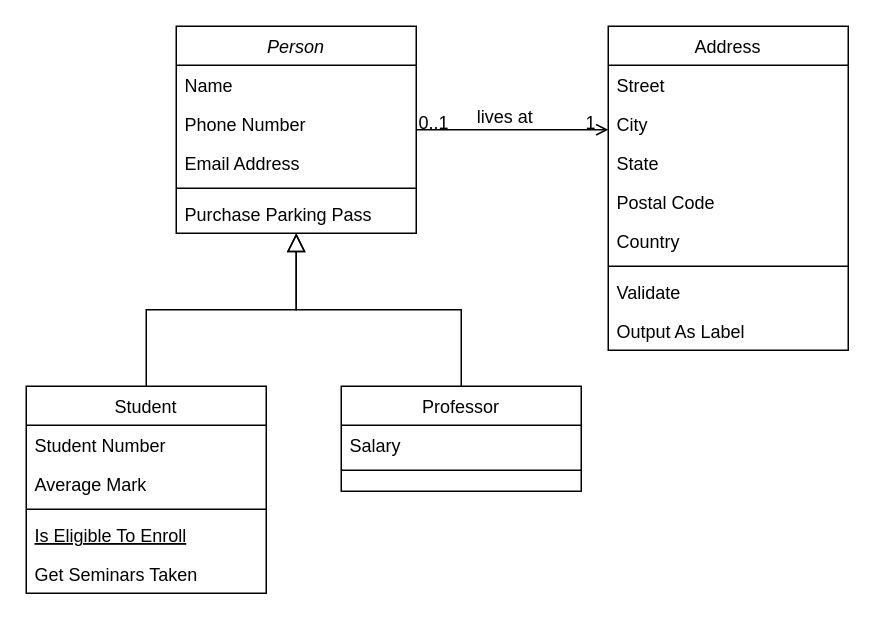
Above: Untitled Diagram.drawio in UsuaOSilver/CSCI430 (draw.io), before the change. Source tidied: cells renumbered, new cells numbered last; positions are measured from the earlier drawing's top-left corner, leaving out a move shared by most shapes. Both pictures are drawn from the tidied source at 150%, with x=0, y=0 at pixel (26, 26).
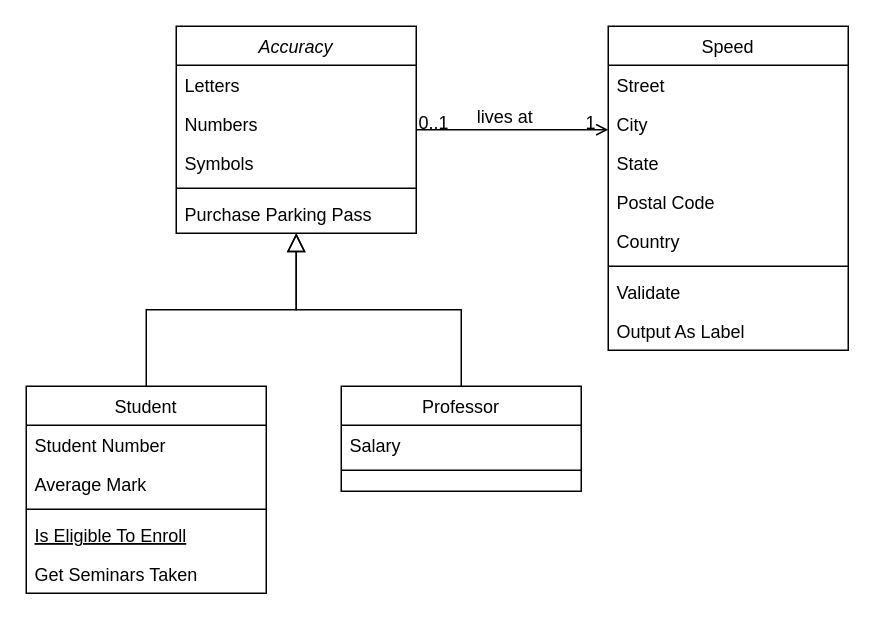
The same page after the edit.

Diff of the diagram source:
```diff
@@
-    <mxCell id="2" value="Person" style="swimlane;fontStyle=2;align=center;verticalAlign=top;horizontal=1;startSize=26;rounded=0;shadow=0;strokeWidth=1;" parent="1" vertex="1">
+    <mxCell id="2" value="Accuracy" style="swimlane;fontStyle=2;align=center;verticalAlign=top;horizontal=1;startSize=26;rounded=0;shadow=0;strokeWidth=1;" parent="1" vertex="1">
       <mxGeometry x="100" width="160" height="138" as="geometry" />
     </mxCell>
-    <mxCell id="3" value="Name" style="text;align=left;verticalAlign=top;spacingLeft=4;spacingRight=4;overflow=hidden;" parent="2" vertex="1">
+    <mxCell id="3" value="Letters" style="text;align=left;verticalAlign=top;spacingLeft=4;spacingRight=4;overflow=hidden;" parent="2" vertex="1">
       <mxGeometry y="26" width="160" height="26" as="geometry" />
     </mxCell>
-    <mxCell id="4" value="Phone Number" style="text;align=left;verticalAlign=top;spacingLeft=4;spacingRight=4;overflow=hidden;rounded=0;shadow=0;html=0;" parent="2" vertex="1">
+    <mxCell id="4" value="Numbers" style="text;align=left;verticalAlign=top;spacingLeft=4;spacingRight=4;overflow=hidden;rounded=0;shadow=0;html=0;" parent="2" vertex="1">
       <mxGeometry y="52" width="160" height="26" as="geometry" />
     </mxCell>
-    <mxCell id="5" value="Email Address" style="text;align=left;verticalAlign=top;spacingLeft=4;spacingRight=4;overflow=hidden;rounded=0;shadow=0;html=0;" parent="2" vertex="1">
+    <mxCell id="5" value="Symbols" style="text;align=left;verticalAlign=top;spacingLeft=4;spacingRight=4;overflow=hidden;rounded=0;shadow=0;html=0;" parent="2" vertex="1">
       <mxGeometry y="78" width="160" height="26" as="geometry" />
     </mxCell>
@@
-    <mxCell id="19" value="Address" style="swimlane;fontStyle=0;align=center;verticalAlign=top;horizontal=1;startSize=26;rounded=0;shadow=0;strokeWidth=1;" parent="1" vertex="1">
+    <mxCell id="19" value="Speed" style="swimlane;fontStyle=0;align=center;verticalAlign=top;horizontal=1;startSize=26;rounded=0;shadow=0;strokeWidth=1;" parent="1" vertex="1">
       <mxGeometry x="388" width="160" height="216" as="geometry" />
     </mxCell>
```
